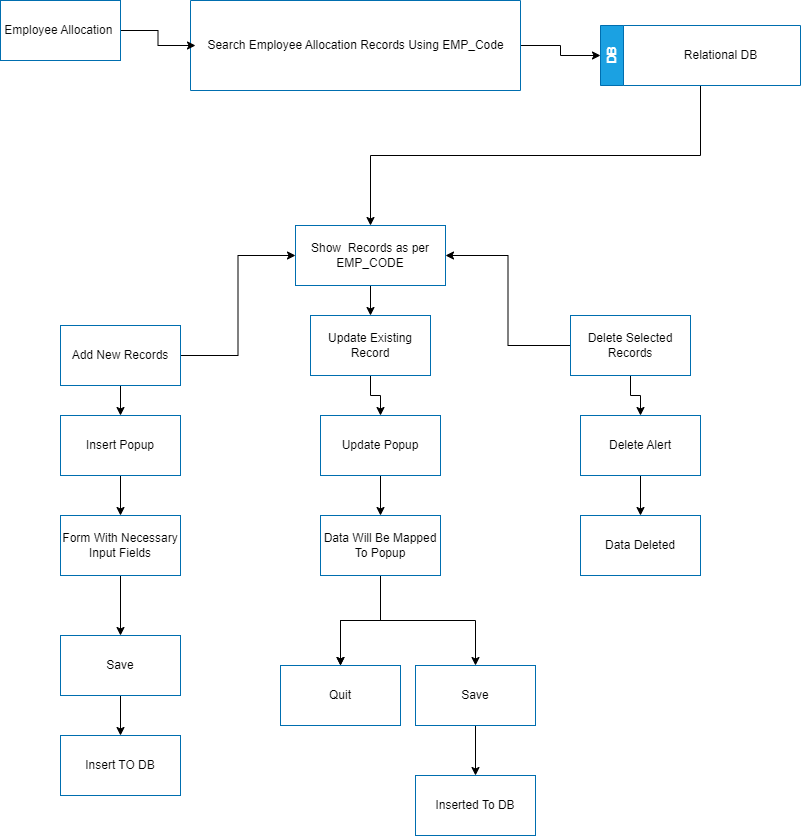
The draw.io diagram eauser_report.drawio.png in mananhiteshkataria/drawio, before a commit. Source tidied: cells renumbered, new cells last; positions are measured from the earlier drawing's top-left corner, leaving out a move shared by most shapes.
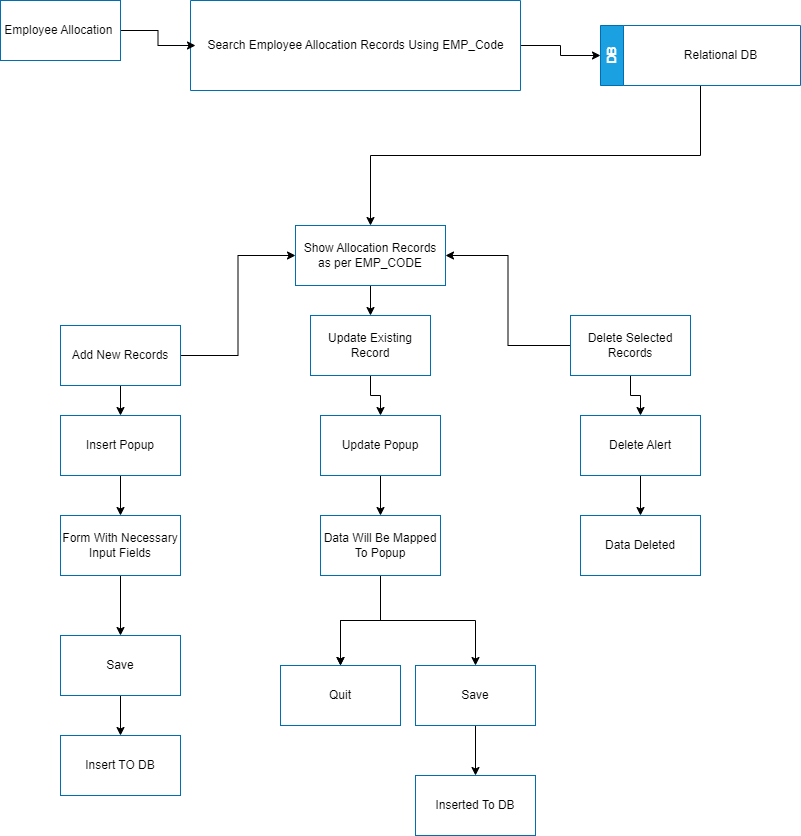
The same file after the commit.

Diff of the diagram source:
```diff
@@ -23,7 +23,7 @@
     <mxCell id="8" style="edgeStyle=orthogonalEdgeStyle;rounded=0;jettySize=auto;html=1;" parent="1" edge="1" source="9" target="14">
       <mxGeometry relative="1" as="geometry" />
     </mxCell>
-    <mxCell id="9" value="Show&amp;nbsp; Records as per EMP_CODE" style="rounded=0;whiteSpace=wrap;html=1;fillColor=none;fontColor=#000000;strokeColor=#006EAF;" parent="1" vertex="1">
+    <mxCell id="9" value="Show Allocation Records as per EMP_CODE" style="rounded=0;whiteSpace=wrap;html=1;fillColor=none;fontColor=#000000;strokeColor=#006EAF;" parent="1" vertex="1">
       <mxGeometry x="295" y="225" width="150" height="60" as="geometry" />
     </mxCell>
     <mxCell id="10" style="edgeStyle=orthogonalEdgeStyle;rounded=0;jettySize=auto;html=1;entryX=0;entryY=0.5;entryDx=0;entryDy=0;" parent="1" edge="1" source="12" target="9">
```
